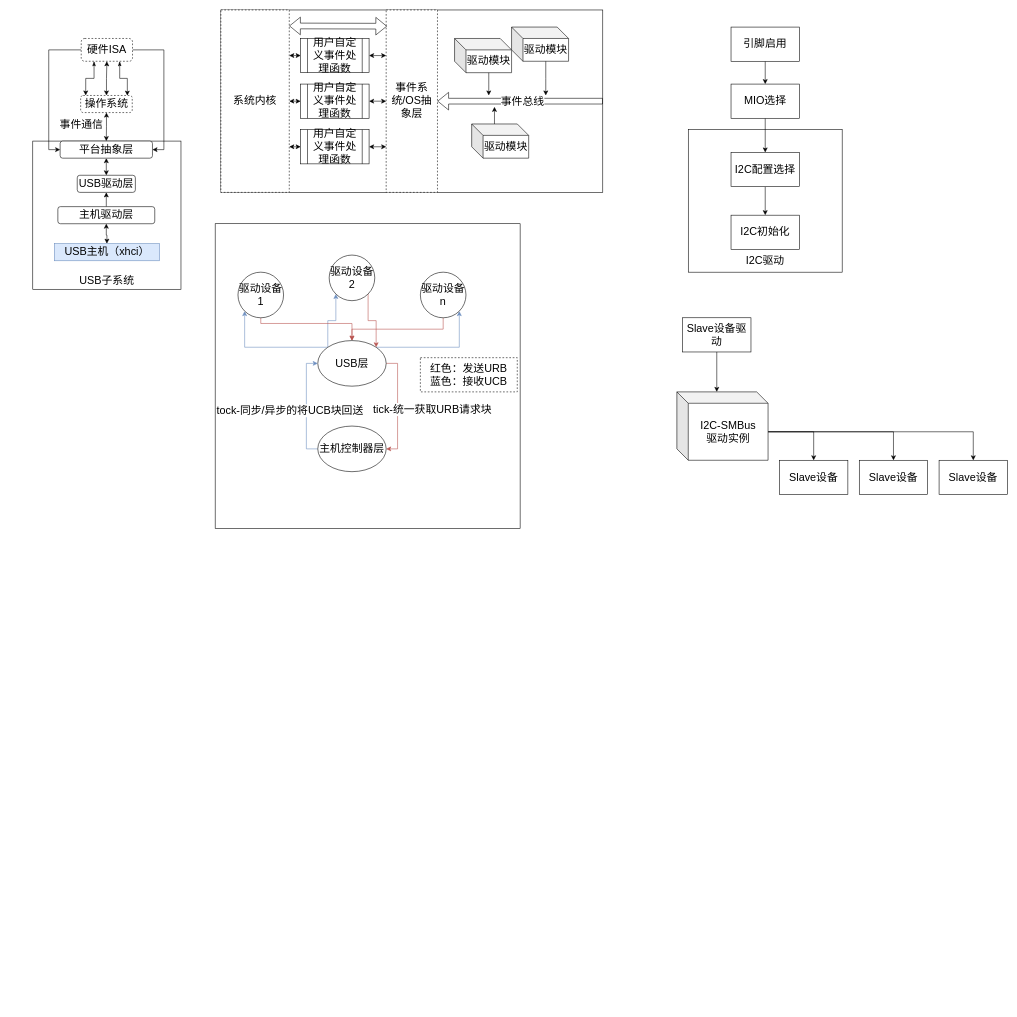
Above: article/figures/reduced_main_arch.drawio in dbydd/UUSBDriver (draw.io), before the change. Source tidied: cells renumbered, new cells numbered last; positions are measured from the earlier drawing's top-left corner, leaving out a move shared by most shapes. Both pictures are drawn from the tidied source at 57%, with x=0, y=0 at pixel (32, 10).
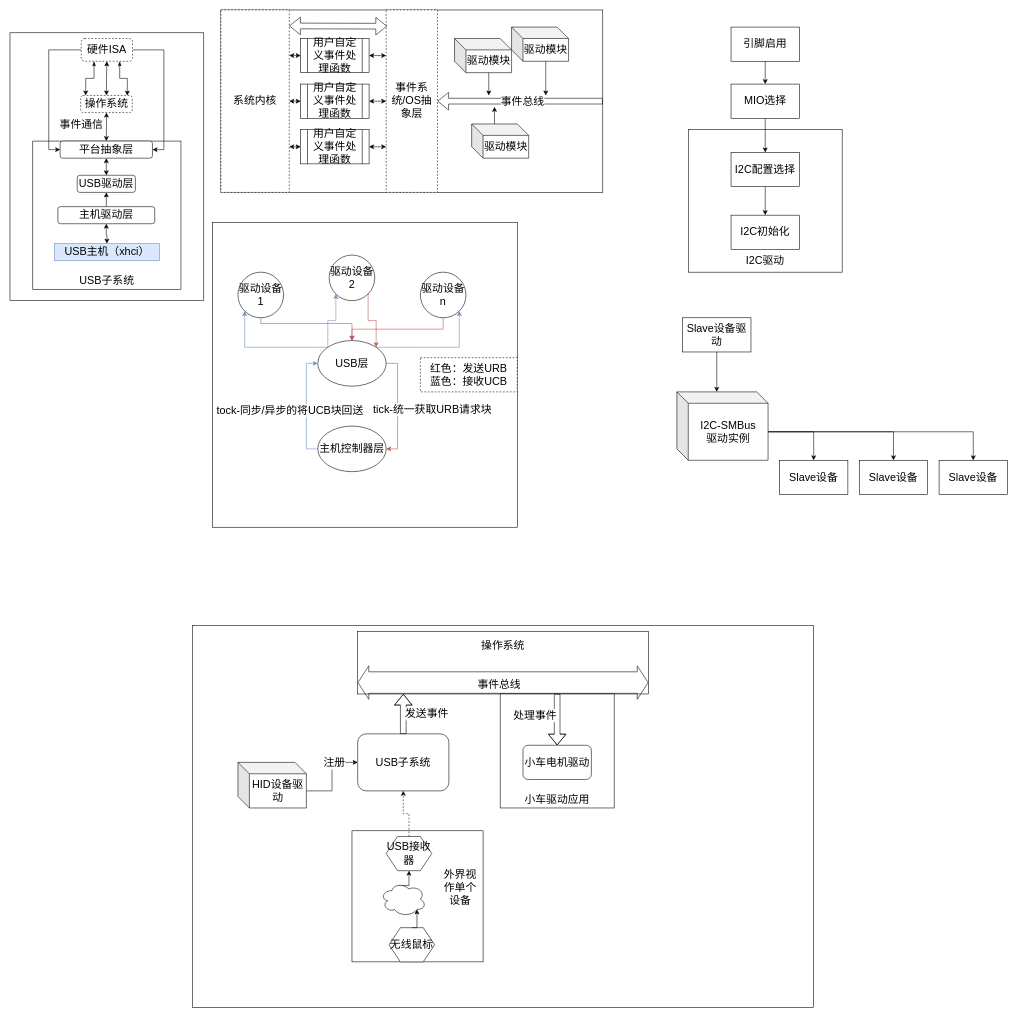
Above is the later version.

Change to the diagram source:
```diff
@@
+    <mxCell id="78" style="rounded=0;whiteSpace=wrap;html=1;fontSize=19;" parent="1" vertex="1">
+      <mxGeometry x="280" y="1080" width="1090" height="670" as="geometry" />
+    </mxCell>
+    <mxCell id="79" style="rounded=0;whiteSpace=wrap;html=1;" parent="1" vertex="1">
+      <mxGeometry x="-40" y="40" width="340" height="470" as="geometry" />
+    </mxCell>
     <mxCell id="2" style="whiteSpace=wrap;html=1;fontSize=19;" parent="1" vertex="1">
-      <mxGeometry x="320" y="375" width="535" height="535" as="geometry" />
+      <mxGeometry x="315" y="372.5" width="535" height="535" as="geometry" />
     </mxCell>
@@
+    <mxCell id="80" value="USB子系统" style="rounded=1;whiteSpace=wrap;html=1;fontSize=19;" parent="1" vertex="1">
+      <mxGeometry x="570" y="1270" width="160" height="100" as="geometry" />
+    </mxCell>
+    <mxCell id="81" style="edgeStyle=orthogonalEdgeStyle;rounded=0;jettySize=auto;html=1;exitX=0.5;exitY=0;exitDx=0;exitDy=0;shape=flexArrow;entryX=0.157;entryY=1;entryDx=0;entryDy=0;entryPerimeter=0;fontSize=19;" parent="1" edge="1" source="80" target="85">
+      <mxGeometry relative="1" as="geometry" />
+    </mxCell>
+    <mxCell id="82" value="发送事件" style="edgeLabel;html=1;align=center;verticalAlign=middle;fontSize=19;" parent="81" vertex="1">
+      <mxGeometry x="0.02" y="-7" relative="1" as="geometry">
+        <mxPoint x="33" as="offset" />
+      </mxGeometry>
+    </mxCell>
+    <mxCell id="83" style="group;fontSize=19;" parent="1" vertex="1">
+      <mxGeometry x="570" y="1090" width="520" height="580" as="geometry" />
+    </mxCell>
+    <mxCell id="84" style="whiteSpace=wrap;html=1;fontSize=19;" parent="83" vertex="1">
+      <mxGeometry x="-10" y="350" width="230" height="230" as="geometry" />
+    </mxCell>
+    <mxCell id="85" style="rounded=0;whiteSpace=wrap;html=1;fontSize=19;" parent="83" vertex="1">
+      <mxGeometry width="510" height="110" as="geometry" />
+    </mxCell>
+    <mxCell id="86" style="shape=flexArrow;endArrow=classic;startArrow=classic;html=1;rounded=0;entryX=1;entryY=0.75;entryDx=0;entryDy=0;exitX=0;exitY=0.75;exitDx=0;exitDy=0;spacing=8;endSize=6;width=37.77777777777778;startSize=6;fontSize=19;" parent="83" edge="1">
+      <mxGeometry relative="1" as="geometry">
+        <mxPoint y="90" as="sourcePoint" />
+        <mxPoint x="510" y="90" as="targetPoint" />
+      </mxGeometry>
+    </mxCell>
+    <mxCell id="87" value="事件总线" style="edgeLabel;html=1;align=center;verticalAlign=middle;fontSize=19;" parent="86" vertex="1">
+      <mxGeometry x="-0.03" y="-3" relative="1" as="geometry" />
+    </mxCell>
+    <mxCell id="88" value="操作系统" style="text;html=1;align=center;verticalAlign=middle;whiteSpace=wrap;rounded=0;fontSize=19;" parent="83" vertex="1">
+      <mxGeometry x="200" y="10" width="110" height="30" as="geometry" />
+    </mxCell>
+    <mxCell id="89" style="whiteSpace=wrap;html=1;fontSize=19;" parent="83" vertex="1">
+      <mxGeometry x="250" y="110" width="200" height="200" as="geometry" />
+    </mxCell>
+    <mxCell id="90" value="小车驱动应用" style="text;html=1;align=center;verticalAlign=middle;whiteSpace=wrap;rounded=0;fontSize=19;" parent="83" vertex="1">
+      <mxGeometry x="290" y="281" width="120" height="30" as="geometry" />
+    </mxCell>
+    <mxCell id="91" value="外界视作单个设备" style="text;html=1;align=center;verticalAlign=middle;whiteSpace=wrap;rounded=0;fontSize=19;" parent="83" vertex="1">
+      <mxGeometry x="150" y="400" width="60" height="100" as="geometry" />
+    </mxCell>
+    <mxCell id="92" style="edgeStyle=orthogonalEdgeStyle;rounded=0;jettySize=auto;html=1;exitX=0.5;exitY=0;exitDx=0;exitDy=0;shape=flexArrow;entryX=0.157;entryY=1;entryDx=0;entryDy=0;entryPerimeter=0;endArrow=none;endFill=0;startArrow=block;fontSize=19;" parent="1" edge="1" source="94">
+      <mxGeometry relative="1" as="geometry">
+        <mxPoint x="920" y="1200" as="targetPoint" />
+      </mxGeometry>
+    </mxCell>
+    <mxCell id="93" value="处理事件" style="edgeLabel;html=1;align=center;verticalAlign=middle;fontSize=19;" parent="92" vertex="1">
+      <mxGeometry x="0.18" y="-6" relative="1" as="geometry">
+        <mxPoint x="-46" as="offset" />
+      </mxGeometry>
+    </mxCell>
+    <mxCell id="94" value="小车电机驱动" style="rounded=1;whiteSpace=wrap;html=1;fontSize=19;" parent="1" vertex="1">
+      <mxGeometry x="860" y="1290" width="120" height="60" as="geometry" />
+    </mxCell>
+    <mxCell id="95" style="edgeStyle=orthogonalEdgeStyle;rounded=0;jettySize=auto;html=1;exitX=0;exitY=0;exitDx=120;exitDy=50;exitPerimeter=0;entryX=0;entryY=0.5;entryDx=0;entryDy=0;fontSize=19;" parent="1" edge="1" source="97" target="80">
+      <mxGeometry relative="1" as="geometry" />
+    </mxCell>
+    <mxCell id="96" value="注册" style="edgeLabel;html=1;align=center;verticalAlign=middle;fontSize=19;" parent="95" vertex="1">
+      <mxGeometry x="0.4" relative="1" as="geometry" />
+    </mxCell>
+    <mxCell id="97" value="HID设备驱动" style="shape=cube;whiteSpace=wrap;html=1;boundedLbl=1;backgroundOutline=1;darkOpacity=0.05;darkOpacity2=0.1;fontSize=19;" parent="1" vertex="1">
+      <mxGeometry x="360" y="1320" width="120" height="80" as="geometry" />
+    </mxCell>
+    <mxCell id="98" value="无线鼠标" style="shape=hexagon;perimeter=hexagonPerimeter2;whiteSpace=wrap;html=1;fixedSize=1;fontSize=19;" parent="1" vertex="1">
+      <mxGeometry x="625" y="1610" width="80" height="60" as="geometry" />
+    </mxCell>
+    <mxCell id="99" style="edgeStyle=orthogonalEdgeStyle;rounded=0;jettySize=auto;html=1;exitX=0.5;exitY=0;exitDx=0;exitDy=0;entryX=0.5;entryY=1;entryDx=0;entryDy=0;dashed=1;fontSize=19;" parent="1" edge="1" source="100" target="80">
+      <mxGeometry relative="1" as="geometry" />
+    </mxCell>
+    <mxCell id="100" value="USB接收器" style="shape=hexagon;perimeter=hexagonPerimeter2;whiteSpace=wrap;html=1;fixedSize=1;fontSize=19;" parent="1" vertex="1">
+      <mxGeometry x="620" y="1450" width="80" height="60" as="geometry" />
+    </mxCell>
+    <mxCell id="101" style="edgeStyle=orthogonalEdgeStyle;rounded=0;jettySize=auto;html=1;exitX=0.4;exitY=0.1;exitDx=0;exitDy=0;exitPerimeter=0;entryX=0.5;entryY=1;entryDx=0;entryDy=0;fontSize=19;" parent="1" edge="1" source="102" target="100">
+      <mxGeometry relative="1" as="geometry" />
+    </mxCell>
+    <mxCell id="102" style="ellipse;shape=cloud;whiteSpace=wrap;html=1;fontSize=19;" parent="1" vertex="1">
+      <mxGeometry x="610" y="1530" width="80" height="60" as="geometry" />
+    </mxCell>
+    <mxCell id="103" style="edgeStyle=orthogonalEdgeStyle;rounded=0;jettySize=auto;html=1;exitX=0.5;exitY=0;exitDx=0;exitDy=0;entryX=0.8;entryY=0.8;entryDx=0;entryDy=0;entryPerimeter=0;fontSize=19;" parent="1" edge="1" source="98" target="102">
+      <mxGeometry relative="1" as="geometry" />
+    </mxCell>
```
